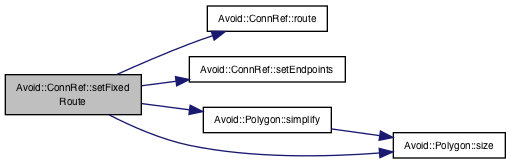
This is documentation/classAvoid_1_1ConnRef_a392eeffe4cdd76267b0d1bb654562382_cgraph.png from mjwybrow/adaptagrams, a Graphviz export, as it was before one commit. Its source is kept beside it as documentation/classAvoid_1_1ConnRef_a392eeffe4cdd76267b0d1bb654562382_cgraph.dot.
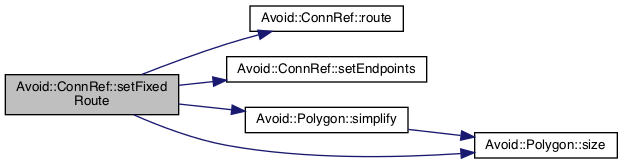
Later version of the same file.

Change to the diagram source:
```diff
@@ -3,14 +3,14 @@
   edge [fontname="Helvetica",fontsize="10",labelfontname="Helvetica",labelfontsize="10"];
   node [fontname="Helvetica",fontsize="10",shape=record];
   rankdir="LR";
-  Node84 [label="Avoid::ConnRef::setFixed\lRoute",height=0.2,width=0.4,color="black", fillcolor="grey75", style="filled", fontcolor="black"];
-  Node84 -> Node85 [color="midnightblue",fontsize="10",style="solid",fontname="Helvetica"];
-  Node85 [label="Avoid::ConnRef::route",height=0.2,width=0.4,color="black", fillcolor="white", style="filled",URL="$classAvoid_1_1ConnRef.html#a0d90245fbe772d30723bd578efa3a45d",tooltip="Returns a reference to the current raw \"debug\" route for the connector. "];
-  Node84 -> Node86 [color="midnightblue",fontsize="10",style="solid",fontname="Helvetica"];
-  Node86 [label="Avoid::ConnRef::setEndpoints",height=0.2,width=0.4,color="black", fillcolor="white", style="filled",URL="$classAvoid_1_1ConnRef.html#ae66e8c90dc191951fc0f64acc4c06d7c",tooltip="Sets both a new source and destination endpoint for this connector. "];
-  Node84 -> Node87 [color="midnightblue",fontsize="10",style="solid",fontname="Helvetica"];
-  Node87 [label="Avoid::Polygon::simplify",height=0.2,width=0.4,color="black", fillcolor="white", style="filled",URL="$classAvoid_1_1Polygon.html#a2d3a0deb96bbff214b7035e481f0f0e8",tooltip="Returns a simplified Polyline, where all collinear line segments have been collapsed down into single..."];
-  Node87 -> Node88 [color="midnightblue",fontsize="10",style="solid",fontname="Helvetica"];
-  Node88 [label="Avoid::Polygon::size",height=0.2,width=0.4,color="black", fillcolor="white", style="filled",URL="$classAvoid_1_1Polygon.html#a2f9e9c8c78407eefbde944e663d9711e",tooltip="Returns the number of points in this polygon. "];
-  Node84 -> Node88 [color="midnightblue",fontsize="10",style="solid",fontname="Helvetica"];
+  Node67 [label="Avoid::ConnRef::setFixed\lRoute",height=0.2,width=0.4,color="black", fillcolor="grey75", style="filled", fontcolor="black"];
+  Node67 -> Node68 [color="midnightblue",fontsize="10",style="solid",fontname="Helvetica"];
+  Node68 [label="Avoid::ConnRef::route",height=0.2,width=0.4,color="black", fillcolor="white", style="filled",URL="$classAvoid_1_1ConnRef.html#a0d90245fbe772d30723bd578efa3a45d",tooltip="Returns a reference to the current raw \"debug\" route for the connector. "];
+  Node67 -> Node69 [color="midnightblue",fontsize="10",style="solid",fontname="Helvetica"];
+  Node69 [label="Avoid::ConnRef::setEndpoints",height=0.2,width=0.4,color="black", fillcolor="white", style="filled",URL="$classAvoid_1_1ConnRef.html#ae66e8c90dc191951fc0f64acc4c06d7c",tooltip="Sets both a new source and destination endpoint for this connector. "];
+  Node67 -> Node70 [color="midnightblue",fontsize="10",style="solid",fontname="Helvetica"];
+  Node70 [label="Avoid::Polygon::simplify",height=0.2,width=0.4,color="black", fillcolor="white", style="filled",URL="$classAvoid_1_1Polygon.html#a2d3a0deb96bbff214b7035e481f0f0e8",tooltip="Returns a simplified Polyline, where all collinear line segments have been collapsed down into single..."];
+  Node70 -> Node71 [color="midnightblue",fontsize="10",style="solid",fontname="Helvetica"];
+  Node71 [label="Avoid::Polygon::size",height=0.2,width=0.4,color="black", fillcolor="white", style="filled",URL="$classAvoid_1_1Polygon.html#a2f9e9c8c78407eefbde944e663d9711e",tooltip="Returns the number of points in this polygon. "];
+  Node67 -> Node71 [color="midnightblue",fontsize="10",style="solid",fontname="Helvetica"];
 }
```
